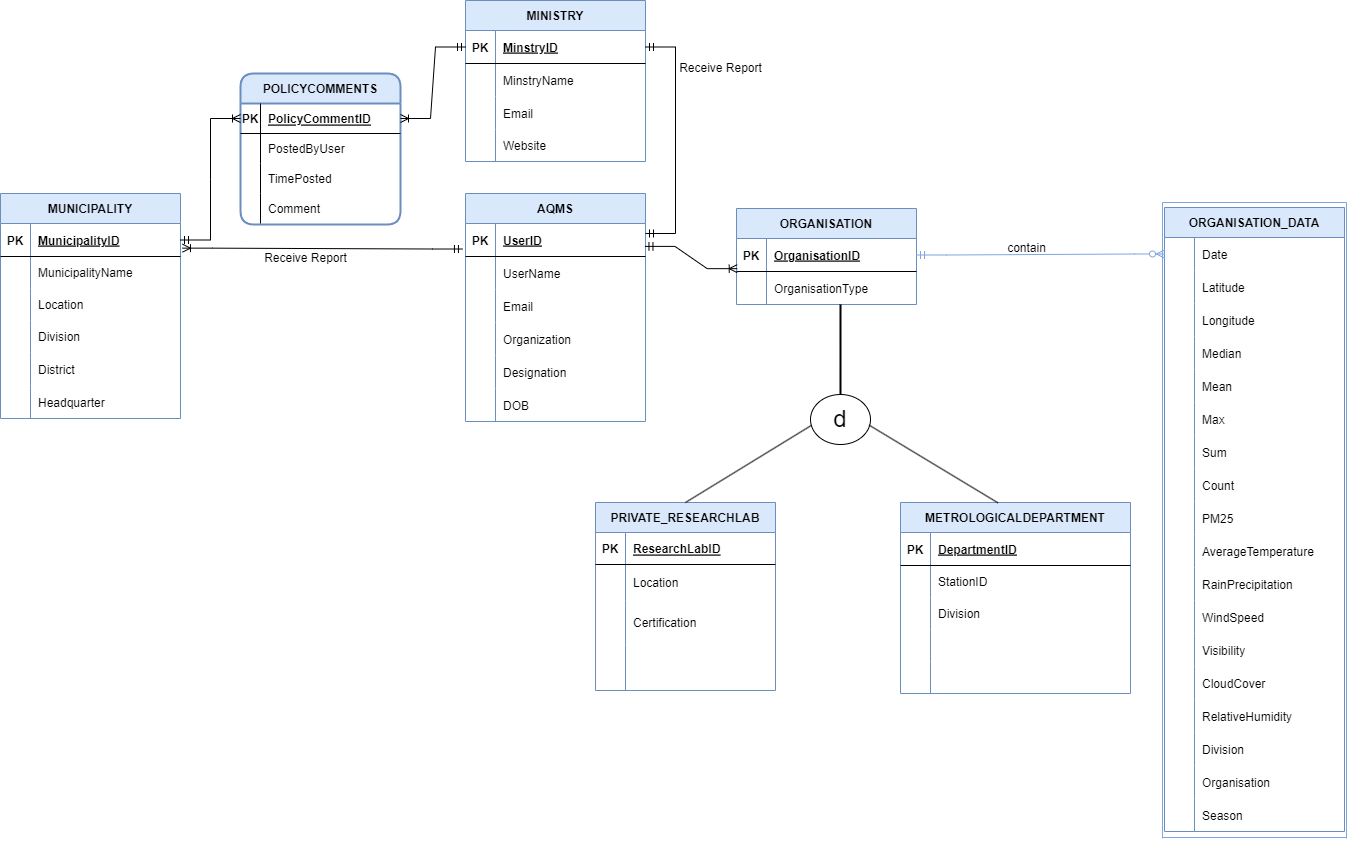
Earlier version of the draw.io export EERD.png (toushifhossain1/AirQualityMonitoringOfBangladesh). Source tidied: cells renumbered, new cells last; positions are measured from the earlier drawing's top-left corner, leaving out a move shared by most shapes.
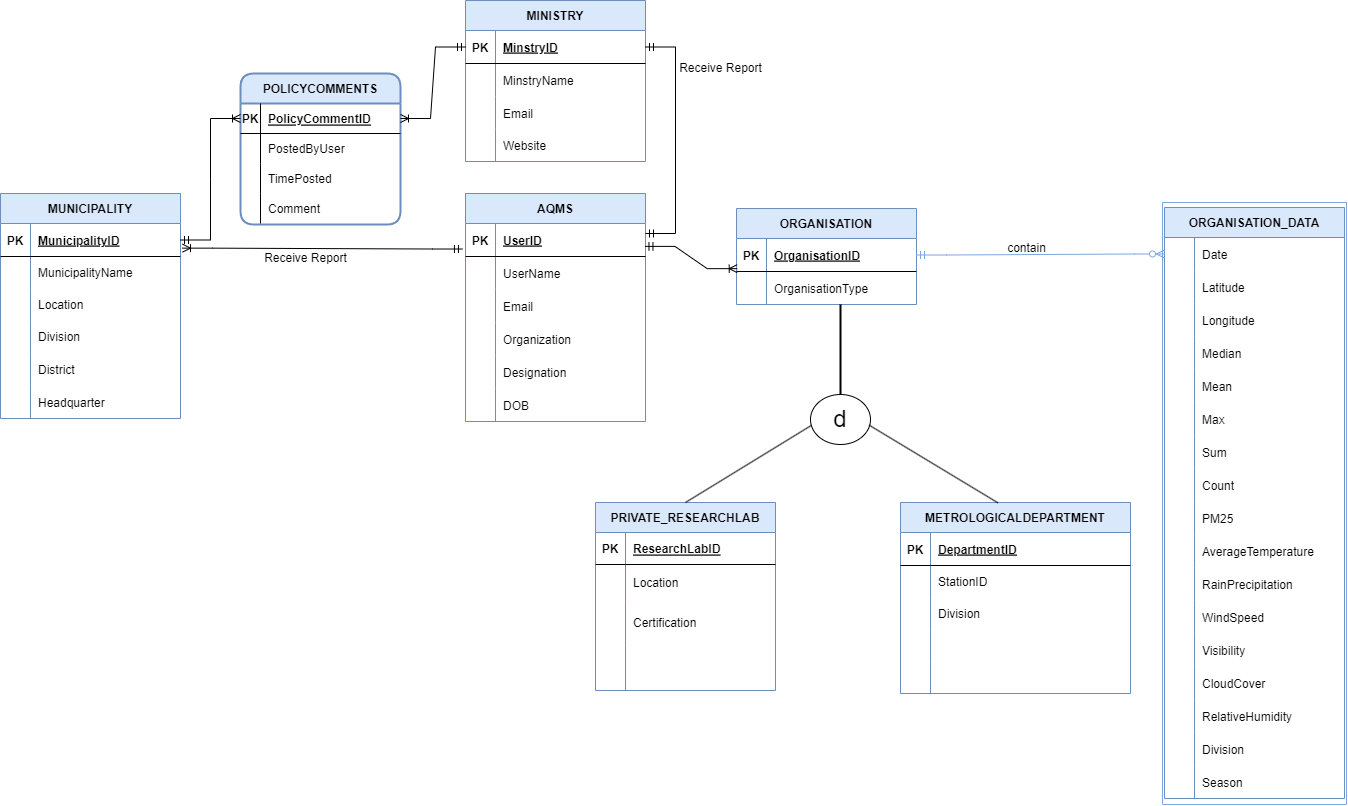
The same file after the commit.

What changed in the source:
```diff
@@ -345,7 +345,7 @@
       <mxGeometry relative="1" as="geometry" />
     </mxCell>
     <mxCell id="116" value="ORGANISATION_DATA" style="shape=table;startSize=30;rowLines=0;fontStyle=1;align=center;fillColor=#dae8fc;strokeColor=#6c8ebf;rounded=0;shadow=0;sketch=0;swimlaneFillColor=none;gradientColor=none;swimlaneBody=1;swimlaneHead=1;noLabel=0;backgroundOutline=0;enumerate=0;comic=0;" parent="1" vertex="1">
-      <mxGeometry x="1164" y="207" width="180" height="624" as="geometry" />
+      <mxGeometry x="1164" y="207" width="180" height="591" as="geometry" />
     </mxCell>
     <mxCell id="117" style="shape=tableRow;horizontal=0;startSize=0;swimlaneHead=0;swimlaneBody=0;fillColor=none;points=[[0,0.5],[1,0.5]];portConstraint=eastwest;top=0;left=0;right=0;bottom=0;" parent="116" vertex="1">
       <mxGeometry y="30" width="180" height="33" as="geometry" />
@@ -491,17 +491,8 @@
     <mxCell id="164" value="Division" style="shape=partialRectangle;fillColor=none;top=0;left=0;bottom=0;right=0;align=left;spacingLeft=6;overflow=hidden;" parent="162" vertex="1">
       <mxGeometry x="30" width="150" height="33" as="geometry" />
     </mxCell>
-    <mxCell id="165" style="shape=tableRow;horizontal=0;startSize=0;swimlaneHead=0;swimlaneBody=0;fillColor=none;top=0;left=0;right=0;bottom=0;" parent="116" vertex="1">
-      <mxGeometry y="558" width="180" height="33" as="geometry" />
-    </mxCell>
-    <mxCell id="166" style="shape=partialRectangle;fillColor=none;top=0;left=0;bottom=0;right=0;overflow=hidden;" parent="165" vertex="1">
-      <mxGeometry width="30" height="33" as="geometry" />
-    </mxCell>
-    <mxCell id="167" value="Organisation" style="shape=partialRectangle;fillColor=none;top=0;left=0;bottom=0;right=0;align=left;spacingLeft=6;overflow=hidden;" parent="165" vertex="1">
-      <mxGeometry x="30" width="150" height="33" as="geometry" />
-    </mxCell>
     <mxCell id="168" style="shape=tableRow;horizontal=0;startSize=0;swimlaneHead=0;swimlaneBody=0;fillColor=none;top=0;left=0;right=0;bottom=0;" parent="116" vertex="1">
-      <mxGeometry y="591" width="180" height="33" as="geometry" />
+      <mxGeometry y="558" width="180" height="33" as="geometry" />
     </mxCell>
     <mxCell id="169" style="shape=partialRectangle;fillColor=none;top=0;left=0;bottom=0;right=0;overflow=hidden;" parent="168" vertex="1">
       <mxGeometry width="30" height="33" as="geometry" />
@@ -511,7 +502,7 @@
     </mxCell>
     <mxCell id="171" style="endArrow=none;html=1;rounded=0;fontSize=24;fillColor=#cce5ff;strokeColor=#7EA6E0;" parent="1" edge="1">
       <mxGeometry relative="1" as="geometry">
-        <mxPoint x="1162" y="838" as="sourcePoint" />
+        <mxPoint x="1162" y="804" as="sourcePoint" />
         <mxPoint x="1162" y="202" as="targetPoint" />
       </mxGeometry>
     </mxCell>
@@ -523,13 +514,13 @@
     </mxCell>
     <mxCell id="173" style="endArrow=none;html=1;rounded=0;fontSize=24;strokeColor=#7EA6E0;" parent="1" edge="1">
       <mxGeometry relative="1" as="geometry">
-        <mxPoint x="1162.5" y="837" as="sourcePoint" />
-        <mxPoint x="1345.5" y="837" as="targetPoint" />
+        <mxPoint x="1162.5" y="804" as="sourcePoint" />
+        <mxPoint x="1345.5" y="804" as="targetPoint" />
       </mxGeometry>
     </mxCell>
     <mxCell id="174" style="endArrow=none;html=1;rounded=0;fontSize=24;fillColor=#cce5ff;strokeColor=#7EA6E0;" parent="1" edge="1">
       <mxGeometry relative="1" as="geometry">
-        <mxPoint x="1346" y="838" as="sourcePoint" />
+        <mxPoint x="1346" y="804" as="sourcePoint" />
         <mxPoint x="1346" y="202" as="targetPoint" />
       </mxGeometry>
     </mxCell>
```
